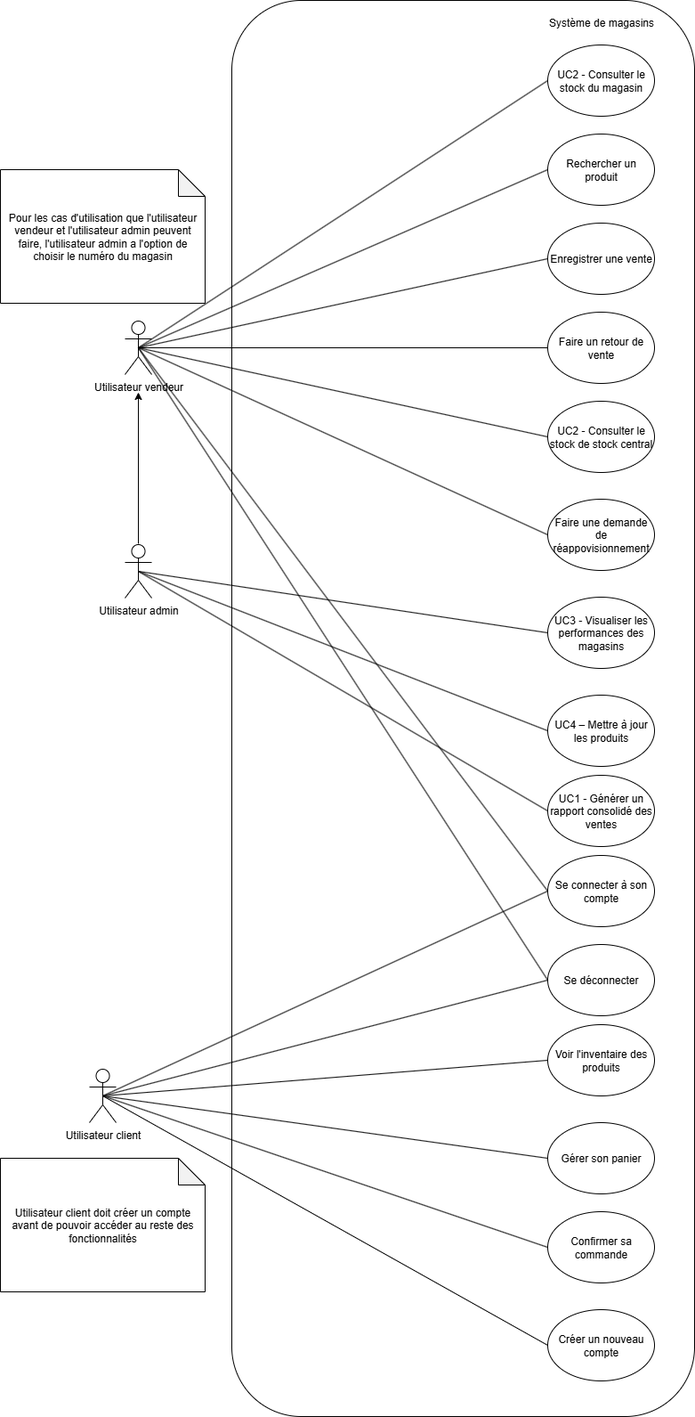
Before: docs/UML/diag_vue_cas_utilisation.drawio.png, a diagram exported from draw.io (PraMaks/LOG430_Labo_0). Source tidied: cells renumbered, new cells last; positions are measured from the earlier drawing's top-left corner, leaving out a move shared by most shapes.
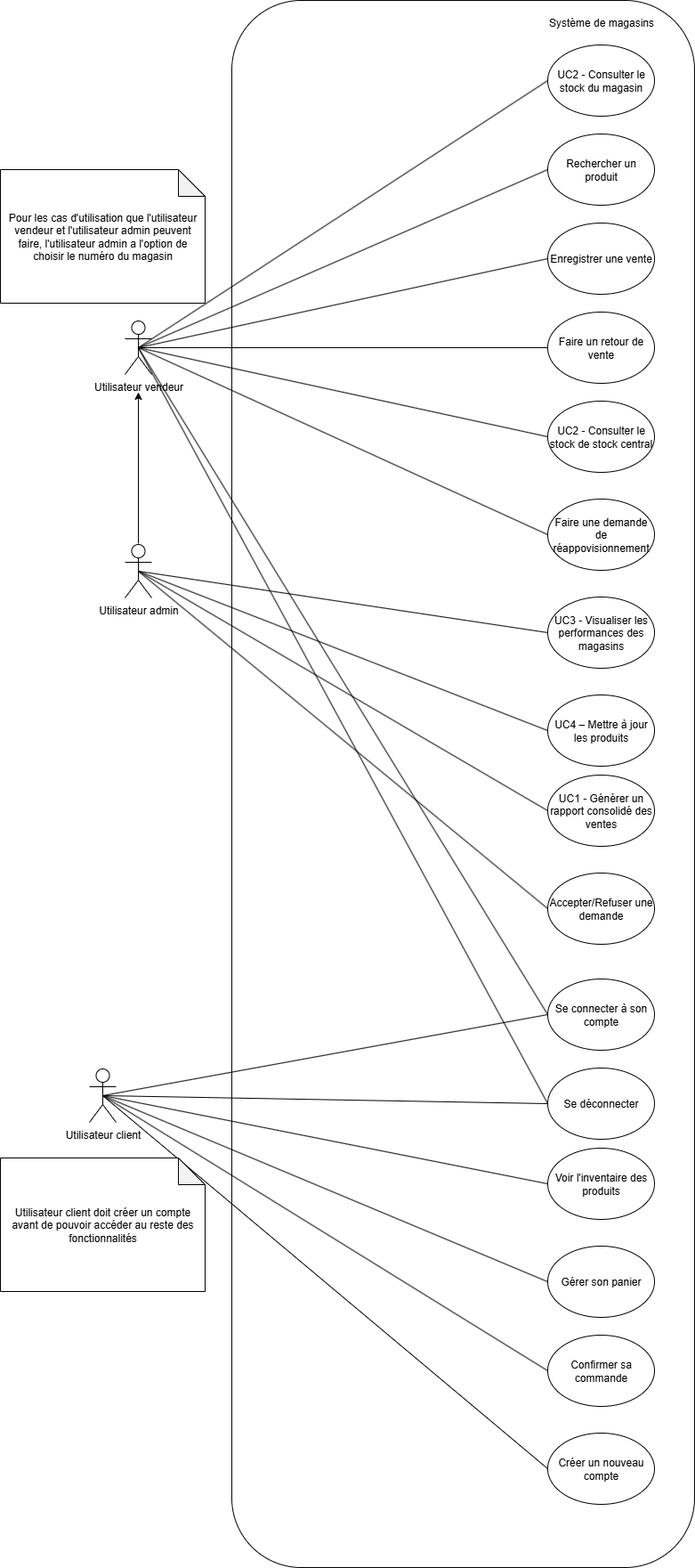
The same diagram one commit later.

Change to the diagram source:
```diff
@@ -6,7 +6,7 @@
       <mxGeometry x="140" y="360" width="30" height="60" as="geometry" />
     </mxCell>
     <mxCell id="3" style="rounded=1;whiteSpace=wrap;html=1;" parent="1" vertex="1">
-      <mxGeometry x="260" width="520" height="1590" as="geometry" />
+      <mxGeometry x="260" width="520" height="1760" as="geometry" />
     </mxCell>
     <mxCell id="4" value="Système de magasins" style="text;html=1;align=center;verticalAlign=middle;strokeColor=none;fillColor=none;" parent="1" vertex="1">
       <mxGeometry x="605" y="10" width="140" height="30" as="geometry" />
@@ -45,28 +45,28 @@
       <mxGeometry x="615" y="780" width="120" height="80" as="geometry" />
     </mxCell>
     <mxCell id="16" value="Se connecter à son compte" style="ellipse;whiteSpace=wrap;html=1;" parent="1" vertex="1">
-      <mxGeometry x="615" y="960" width="120" height="80" as="geometry" />
+      <mxGeometry x="615" y="1099" width="120" height="80" as="geometry" />
     </mxCell>
     <mxCell id="17" value="Se déconnecter" style="ellipse;whiteSpace=wrap;html=1;" parent="1" vertex="1">
-      <mxGeometry x="615" y="1060" width="120" height="80" as="geometry" />
+      <mxGeometry x="615" y="1199" width="120" height="80" as="geometry" />
     </mxCell>
     <mxCell id="18" value="Utilisateur client" style="shape=umlActor;verticalLabelPosition=bottom;verticalAlign=top;html=1;outlineConnect=0;" parent="1" vertex="1">
       <mxGeometry x="100" y="1200" width="30" height="60" as="geometry" />
     </mxCell>
     <mxCell id="19" value="Créer un nouveau compte" style="ellipse;whiteSpace=wrap;html=1;" parent="1" vertex="1">
-      <mxGeometry x="615" y="1470" width="120" height="80" as="geometry" />
+      <mxGeometry x="615" y="1609" width="120" height="80" as="geometry" />
     </mxCell>
     <mxCell id="20" style="endArrow=none;html=1;rounded=0;fontSize=12;startSize=8;endSize=8;curved=1;entryX=0;entryY=0.5;entryDx=0;entryDy=0;exitX=0.5;exitY=0.5;exitDx=0;exitDy=0;exitPerimeter=0;" parent="1" edge="1" source="18" target="19">
       <mxGeometry relative="1" as="geometry" />
     </mxCell>
     <mxCell id="21" value="Voir l'inventaire des produits" style="ellipse;whiteSpace=wrap;html=1;" parent="1" vertex="1">
-      <mxGeometry x="615" y="1150" width="120" height="80" as="geometry" />
+      <mxGeometry x="615" y="1289" width="120" height="80" as="geometry" />
     </mxCell>
     <mxCell id="22" value="Gérer son panier&lt;span style=&quot;color: rgba(0, 0, 0, 0); font-family: monospace; font-size: 0px; text-align: start; text-wrap-mode: nowrap;&quot;&gt;%3CmxGraphModel%3E%3Croot%3E%3CmxCell%20id%3D%220%22%2F%3E%3CmxCell%20id%3D%221%22%20parent%3D%220%22%2F%3E%3CmxCell%20id%3D%222%22%20value%3D%22Se%20d%C3%A9connecter%22%20style%3D%22ellipse%3BwhiteSpace%3Dwrap%3Bhtml%3D1%3B%22%20vertex%3D%221%22%20parent%3D%221%22%3E%3CmxGeometry%20x%3D%22345%22%20y%3D%221560%22%20width%3D%22120%22%20height%3D%2280%22%20as%3D%22geometry%22%2F%3E%3C%2FmxCell%3E%3C%2Froot%3E%3C%2FmxGraphModel%3E&lt;/span&gt;" style="ellipse;whiteSpace=wrap;html=1;" parent="1" vertex="1">
-      <mxGeometry x="615" y="1260" width="120" height="80" as="geometry" />
+      <mxGeometry x="615" y="1399" width="120" height="80" as="geometry" />
     </mxCell>
     <mxCell id="23" value="Confirmer sa commande" style="ellipse;whiteSpace=wrap;html=1;" parent="1" vertex="1">
-      <mxGeometry x="615" y="1360" width="120" height="80" as="geometry" />
+      <mxGeometry x="615" y="1499" width="120" height="80" as="geometry" />
     </mxCell>
     <mxCell id="24" style="endArrow=classic;html=1;rounded=0;entryX=0.5;entryY=0.5;entryDx=0;entryDy=0;entryPerimeter=0;exitX=0.5;exitY=0;exitDx=0;exitDy=0;exitPerimeter=0;" parent="1" edge="1">
       <mxGeometry relative="1" as="geometry">
@@ -125,5 +125,11 @@
     <mxCell id="41" value="Utilisateur client doit créer un compte avant de pouvoir accéder au reste des fonctionnalités" style="shape=note;whiteSpace=wrap;html=1;backgroundOutline=1;darkOpacity=0.05;" parent="1" vertex="1">
       <mxGeometry y="1300" width="230" height="150" as="geometry" />
     </mxCell>
+    <mxCell id="42" value="Accepter/Refuser une demande" style="ellipse;whiteSpace=wrap;html=1;" parent="1" vertex="1">
+      <mxGeometry x="615" y="980" width="120" height="80" as="geometry" />
+    </mxCell>
+    <mxCell id="43" style="endArrow=none;html=1;rounded=0;entryX=0;entryY=0.5;entryDx=0;entryDy=0;exitX=0.5;exitY=0.5;exitDx=0;exitDy=0;exitPerimeter=0;" parent="1" edge="1" source="11" target="42">
+      <mxGeometry relative="1" as="geometry" />
+    </mxCell>
   </root>
 </mxGraphModel>
```
